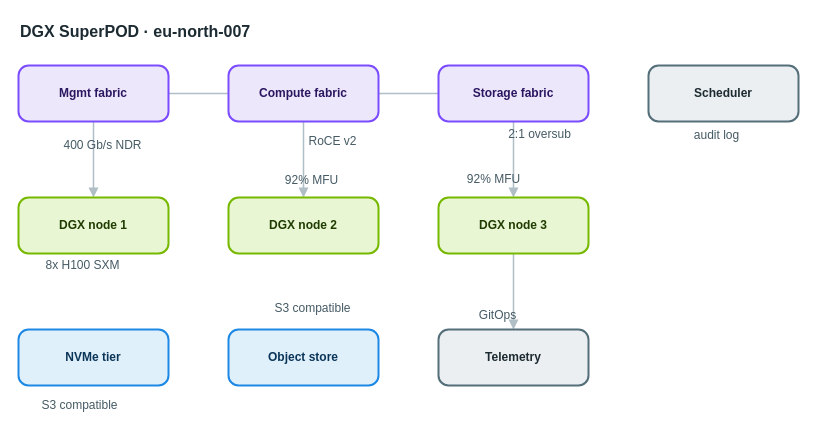
Above: apps/web/public/samples/library/007-dgx-superpod.drawio in AryanG01/open-apprentice (draw.io), before the change. Source tidied: cells renumbered, new cells numbered last; positions are measured from the earlier drawing's top-left corner, leaving out a move shared by most shapes. Both pictures are drawn from the tidied source at 100%, with x=0, y=0 at pixel (18, 17).
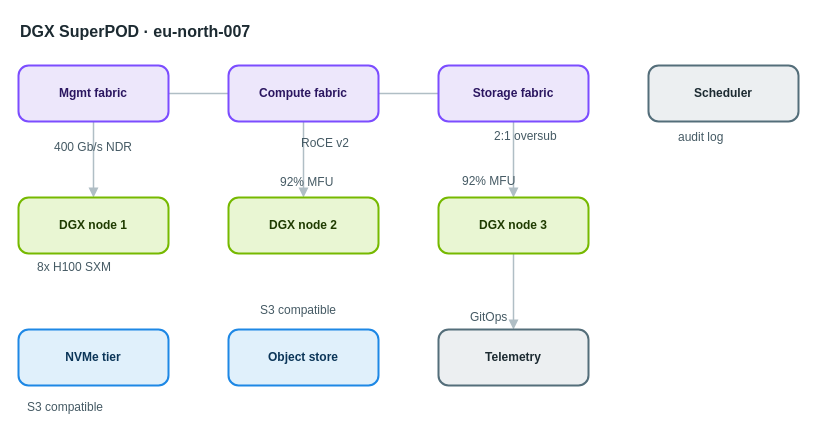
The same page after the edit.

Diff of the diagram source:
```diff
@@
-    <mxCell id="17" value="400 Gb/s NDR" style="text;html=1;align=center;verticalAlign=middle;whiteSpace=nowrap;strokeColor=none;fillColor=none;fontSize=12;fontColor=#455a64;" parent="1" vertex="1">
+    <mxCell id="17" value="400 Gb/s NDR" style="text;html=1;align=left;verticalAlign=top;whiteSpace=nowrap;spacing=0;spacingTop=0;strokeColor=none;fillColor=none;fontSize=12;fontColor=#455a64;" parent="1" vertex="1">
       <mxGeometry x="36" y="118" width="96" height="20" as="geometry" />
     </mxCell>
-    <mxCell id="18" value="RoCE v2" style="text;html=1;align=center;verticalAlign=middle;whiteSpace=nowrap;strokeColor=none;fillColor=none;fontSize=12;fontColor=#455a64;" parent="1" vertex="1">
+    <mxCell id="18" value="RoCE v2" style="text;html=1;align=left;verticalAlign=top;whiteSpace=nowrap;spacing=0;spacingTop=0;strokeColor=none;fillColor=none;fontSize=12;fontColor=#455a64;" parent="1" vertex="1">
       <mxGeometry x="283" y="114" width="61" height="20" as="geometry" />
     </mxCell>
-    <mxCell id="19" value="2:1 oversub" style="text;html=1;align=center;verticalAlign=middle;whiteSpace=nowrap;strokeColor=none;fillColor=none;fontSize=12;fontColor=#455a64;" parent="1" vertex="1">
+    <mxCell id="19" value="2:1 oversub" style="text;html=1;align=left;verticalAlign=top;whiteSpace=nowrap;spacing=0;spacingTop=0;strokeColor=none;fillColor=none;fontSize=12;fontColor=#455a64;" parent="1" vertex="1">
       <mxGeometry x="476" y="107" width="89" height="20" as="geometry" />
     </mxCell>
-    <mxCell id="20" value="8x H100 SXM" style="text;html=1;align=center;verticalAlign=middle;whiteSpace=nowrap;strokeColor=none;fillColor=none;fontSize=12;fontColor=#455a64;" parent="1" vertex="1">
+    <mxCell id="20" value="8x H100 SXM" style="text;html=1;align=left;verticalAlign=top;whiteSpace=nowrap;spacing=0;spacingTop=0;strokeColor=none;fillColor=none;fontSize=12;fontColor=#455a64;" parent="1" vertex="1">
       <mxGeometry x="19" y="238" width="89" height="20" as="geometry" />
     </mxCell>
-    <mxCell id="21" value="92% MFU" style="text;html=1;align=center;verticalAlign=middle;whiteSpace=nowrap;strokeColor=none;fillColor=none;fontSize=12;fontColor=#455a64;" parent="1" vertex="1">
+    <mxCell id="21" value="92% MFU" style="text;html=1;align=left;verticalAlign=top;whiteSpace=nowrap;spacing=0;spacingTop=0;strokeColor=none;fillColor=none;fontSize=12;fontColor=#455a64;" parent="1" vertex="1">
       <mxGeometry x="262" y="153" width="61" height="20" as="geometry" />
     </mxCell>
-    <mxCell id="22" value="92% MFU" style="text;html=1;align=center;verticalAlign=middle;whiteSpace=nowrap;strokeColor=none;fillColor=none;fontSize=12;fontColor=#455a64;" parent="1" vertex="1">
+    <mxCell id="22" value="92% MFU" style="text;html=1;align=left;verticalAlign=top;whiteSpace=nowrap;spacing=0;spacingTop=0;strokeColor=none;fillColor=none;fontSize=12;fontColor=#455a64;" parent="1" vertex="1">
       <mxGeometry x="444" y="152" width="61" height="20" as="geometry" />
     </mxCell>
-    <mxCell id="23" value="S3 compatible" style="text;html=1;align=center;verticalAlign=middle;whiteSpace=nowrap;strokeColor=none;fillColor=none;fontSize=12;fontColor=#455a64;" parent="1" vertex="1">
+    <mxCell id="23" value="S3 compatible" style="text;html=1;align=left;verticalAlign=top;whiteSpace=nowrap;spacing=0;spacingTop=0;strokeColor=none;fillColor=none;fontSize=12;fontColor=#455a64;" parent="1" vertex="1">
       <mxGeometry x="9" y="378" width="103" height="20" as="geometry" />
     </mxCell>
-    <mxCell id="24" value="S3 compatible" style="text;html=1;align=center;verticalAlign=middle;whiteSpace=nowrap;strokeColor=none;fillColor=none;fontSize=12;fontColor=#455a64;" parent="1" vertex="1">
+    <mxCell id="24" value="S3 compatible" style="text;html=1;align=left;verticalAlign=top;whiteSpace=nowrap;spacing=0;spacingTop=0;strokeColor=none;fillColor=none;fontSize=12;fontColor=#455a64;" parent="1" vertex="1">
       <mxGeometry x="242" y="281" width="103" height="20" as="geometry" />
     </mxCell>
-    <mxCell id="25" value="audit log" style="text;html=1;align=center;verticalAlign=middle;whiteSpace=nowrap;strokeColor=none;fillColor=none;fontSize=12;fontColor=#455a64;" parent="1" vertex="1">
+    <mxCell id="25" value="audit log" style="text;html=1;align=left;verticalAlign=top;whiteSpace=nowrap;spacing=0;spacingTop=0;strokeColor=none;fillColor=none;fontSize=12;fontColor=#455a64;" parent="1" vertex="1">
       <mxGeometry x="660" y="108" width="75" height="20" as="geometry" />
     </mxCell>
-    <mxCell id="26" value="GitOps" style="text;html=1;align=center;verticalAlign=middle;whiteSpace=nowrap;strokeColor=none;fillColor=none;fontSize=12;fontColor=#455a64;" parent="1" vertex="1">
+    <mxCell id="26" value="GitOps" style="text;html=1;align=left;verticalAlign=top;whiteSpace=nowrap;spacing=0;spacingTop=0;strokeColor=none;fillColor=none;fontSize=12;fontColor=#455a64;" parent="1" vertex="1">
       <mxGeometry x="452" y="288" width="54" height="20" as="geometry" />
     </mxCell>
```
